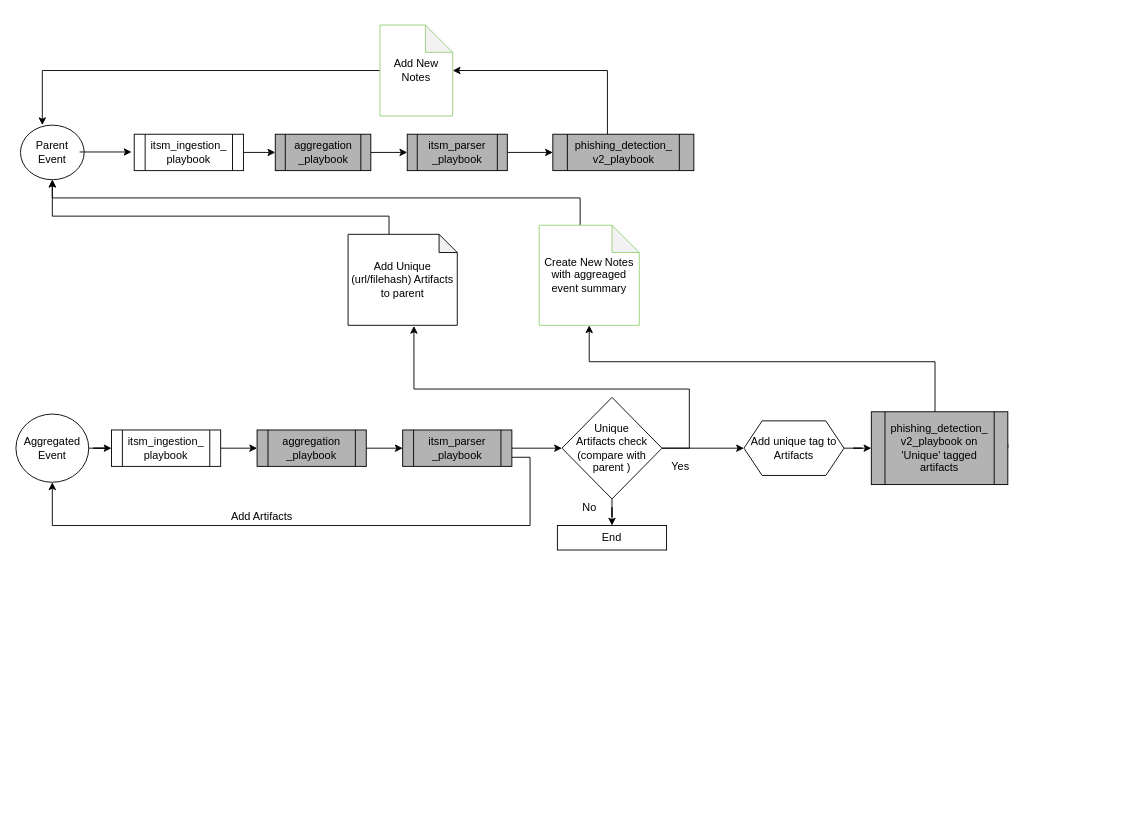
The draw.io diagram page "Aggregation Summary" (1 of 2) of Untitled Diagram.drawio in abhiramsatti/testrepo, before the edit. Source tidied: cells renumbered, new cells numbered last; positions are measured from the earlier drawing's top-left corner, leaving out a move shared by most shapes. Both pictures are drawn from the tidied source at 91%, with x=0, y=0 at pixel (15, 25).
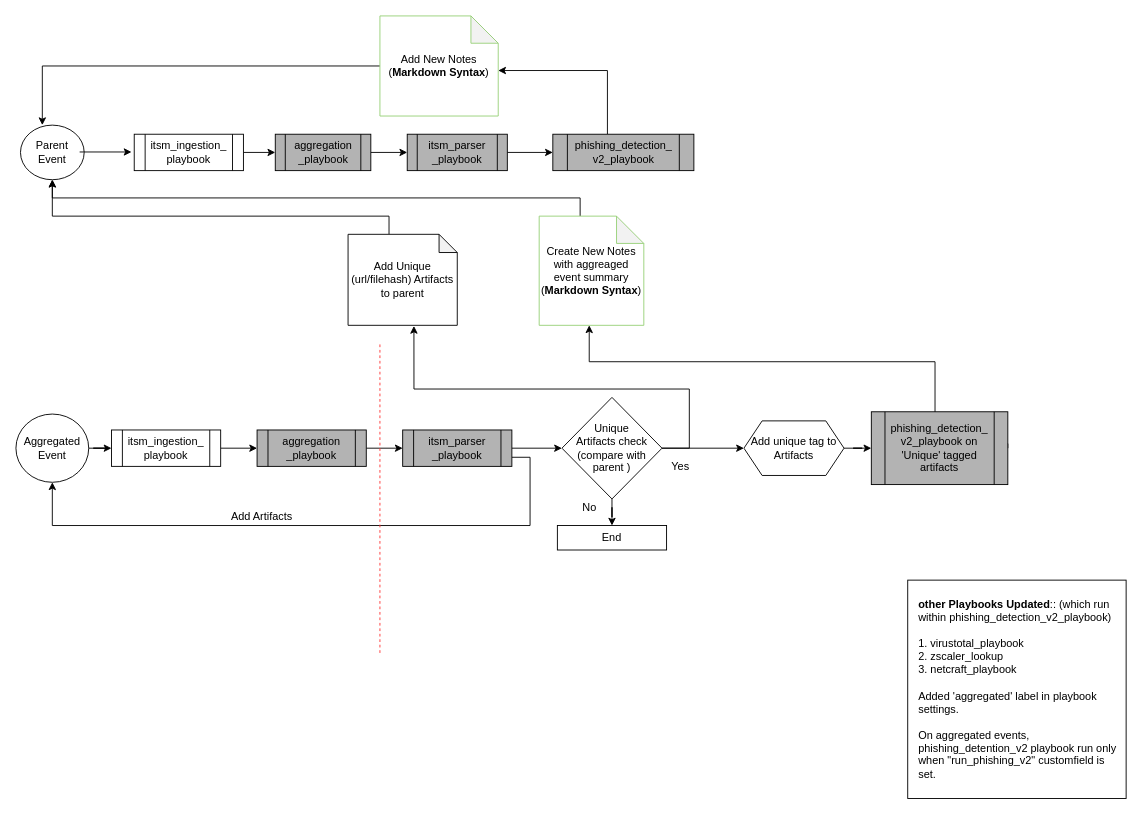
After the change.

The edit, as a diff of the source:
```diff
@@
-    <mxCell id="24" value="Create New Notes with aggreaged event summary" style="shape=note;whiteSpace=wrap;html=1;backgroundOutline=1;darkOpacity=0.05;fillColor=#FFFFFF;strokeColor=#97D077;" parent="1" vertex="1">
-      <mxGeometry x="575" y="220" width="110" height="110" as="geometry" />
+    <mxCell id="24" value="Create New Notes with aggreaged event summary&lt;br&gt;(&lt;b&gt;Markdown Syntax&lt;/b&gt;)" style="shape=note;whiteSpace=wrap;html=1;backgroundOutline=1;darkOpacity=0.05;fillColor=#FFFFFF;strokeColor=#97D077;" parent="1" vertex="1">
+      <mxGeometry x="575" y="210" width="115" height="120" as="geometry" />
     </mxCell>
@@
-    <mxCell id="26" value="Add New Notes" style="shape=note;whiteSpace=wrap;html=1;backgroundOutline=1;darkOpacity=0.05;strokeColor=#97D077;" parent="1" vertex="1">
-      <mxGeometry x="400" width="80" height="100" as="geometry" />
+    <mxCell id="26" value="Add New Notes&lt;br&gt;(&lt;b&gt;Markdown Syntax&lt;/b&gt;)" style="shape=note;whiteSpace=wrap;html=1;backgroundOutline=1;darkOpacity=0.05;strokeColor=#97D077;" parent="1" vertex="1">
+      <mxGeometry x="400" y="-10" width="130" height="110" as="geometry" />
     </mxCell>
@@
+    <mxCell id="39" value="&lt;b&gt;other Playbooks Updated&lt;/b&gt;:: (which run within phishing_detection_v2_playbook)&lt;br&gt;&lt;br&gt;1. virustotal_playbook&lt;br&gt;2. zscaler_lookup&lt;br&gt;3. netcraft_playbook&lt;br&gt;&lt;br&gt;&lt;span&gt;Added 'aggregated' label in playbook settings.&lt;/span&gt;&lt;br&gt;&lt;br&gt;&lt;span&gt;On aggregated events, phishing_detention_v2 playbook run only when &quot;run_phishing_v2&quot; customfield is set.&amp;nbsp;&lt;/span&gt;" style="whiteSpace=wrap;html=1;align=left;spacingTop=0;spacingLeft=10;" parent="1" vertex="1">
+      <mxGeometry x="980" y="610" width="240" height="240" as="geometry" />
+    </mxCell>
+    <mxCell id="40" style="endArrow=none;dashed=1;html=1;strokeColor=#FF3333;" parent="1" edge="1">
+      <mxGeometry relative="1" as="geometry">
+        <mxPoint x="400" y="690" as="sourcePoint" />
+        <mxPoint x="400" y="350" as="targetPoint" />
+      </mxGeometry>
+    </mxCell>
```
